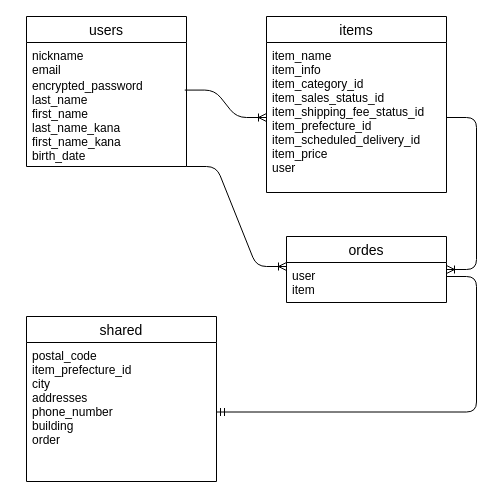
This is test.dio from koto31/furima-39301, a draw.io file, before an edit. Source tidied: cells renumbered, new cells numbered last; positions are measured from the earlier drawing's top-left corner, leaving out a move shared by most shapes. Both pictures are drawn from the tidied source at 100%, with x=0, y=0 at pixel (26, 16).
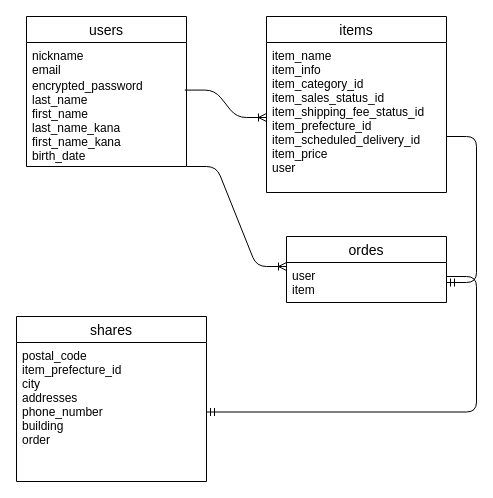
The same diagram, later.

Commit message (it also covers changes not shown here):
データベース設計修正3

Change to the diagram source:
```diff
@@
 <mxGraphModel>
   <root>
     <mxCell id="0" />
     <mxCell id="1" parent="0" />
     <mxCell id="2" value="users" style="swimlane;fontStyle=0;horizontal=1;startSize=26;align=center;fontSize=14;" parent="1" vertex="1">
       <mxGeometry width="160" height="150" as="geometry" />
     </mxCell>
     <mxCell id="3" value="nickname&#10;email&#10;" style="text;strokeColor=none;fillColor=none;spacingLeft=4;spacingRight=4;overflow=hidden;fontSize=12;" parent="2" vertex="1">
       <mxGeometry y="26" width="160" height="30" as="geometry" />
     </mxCell>
     <mxCell id="4" value="encrypted_password&#10;last_name&#10;first_name&#10;last_name_kana&#10;first_name_kana&#10;birth_date&#10;" style="text;strokeColor=none;fillColor=none;spacingLeft=4;spacingRight=4;overflow=hidden;points=[[0,0.5],[1,0.5]];portConstraint=eastwest;fontSize=12;" parent="2" vertex="1">
       <mxGeometry y="56" width="160" height="94" as="geometry" />
     </mxCell>
     <mxCell id="5" value="items" style="swimlane;fontStyle=0;horizontal=1;startSize=26;align=center;fontSize=14;" parent="1" vertex="1">
       <mxGeometry x="240" width="180" height="176" as="geometry" />
     </mxCell>
     <mxCell id="6" value="item_name&#10;item_info&#10;item_category_id&#10;item_sales_status_id&#10;item_shipping_fee_status_id&#10;item_prefecture_id&#10;item_scheduled_delivery_id&#10;item_price&#10;user" style="text;strokeColor=none;fillColor=none;spacingLeft=4;spacingRight=4;overflow=hidden;points=[[0,0.5],[1,0.5]];portConstraint=eastwest;fontSize=12;" parent="5" vertex="1">
       <mxGeometry y="26" width="180" height="150" as="geometry" />
     </mxCell>
     <mxCell id="7" value="ordes" style="swimlane;fontStyle=0;horizontal=1;startSize=26;align=center;fontSize=14;" parent="1" vertex="1">
       <mxGeometry x="260" y="220" width="160" height="66" as="geometry" />
     </mxCell>
     <mxCell id="8" value="user&#10;item" style="text;strokeColor=none;fillColor=none;spacingLeft=4;spacingRight=4;overflow=hidden;points=[[0,0.5],[1,0.5]];portConstraint=eastwest;fontSize=12;" parent="7" vertex="1">
       <mxGeometry y="26" width="160" height="40" as="geometry" />
     </mxCell>
     <mxCell id="9" style="edgeStyle=entityRelationEdgeStyle;fontSize=12;html=1;endArrow=ERoneToMany;" parent="1" edge="1">
       <mxGeometry relative="1" as="geometry">
         <mxPoint x="160" y="150" as="sourcePoint" />
         <mxPoint x="260" y="250" as="targetPoint" />
       </mxGeometry>
     </mxCell>
-    <mxCell id="10" value="shared" style="swimlane;fontStyle=0;horizontal=1;startSize=26;align=center;fontSize=14;" parent="1" vertex="1">
-      <mxGeometry y="300" width="190" height="165" as="geometry" />
+    <mxCell id="10" value="shares" style="swimlane;fontStyle=0;horizontal=1;startSize=26;align=center;fontSize=14;" parent="1" vertex="1">
+      <mxGeometry x="-10" y="300" width="190" height="165" as="geometry" />
     </mxCell>
     <mxCell id="11" value="postal_code&#10;item_prefecture_id&#10;city&#10;addresses&#10;phone_number&#10;building&#10;order" style="text;strokeColor=none;fillColor=none;spacingLeft=4;spacingRight=4;overflow=hidden;points=[[0,0.5],[1,0.5]];portConstraint=eastwest;fontSize=12;" parent="10" vertex="1">
       <mxGeometry y="26" width="190" height="139" as="geometry" />
     </mxCell>
     <mxCell id="12" style="edgeStyle=entityRelationEdgeStyle;fontSize=12;html=1;endArrow=ERoneToMany;exitX=0.989;exitY=0.187;exitDx=0;exitDy=0;exitPerimeter=0;" parent="1" edge="1" source="4" target="6">
       <mxGeometry relative="1" as="geometry" />
     </mxCell>
     <mxCell id="13" style="edgeStyle=entityRelationEdgeStyle;fontSize=12;html=1;endArrow=ERmandOne;entryX=1;entryY=0.5;entryDx=0;entryDy=0;" parent="1" edge="1" target="11">
       <mxGeometry relative="1" as="geometry">
         <mxPoint x="420" y="260" as="sourcePoint" />
       </mxGeometry>
     </mxCell>
-    <mxCell id="14" style="edgeStyle=entityRelationEdgeStyle;fontSize=12;html=1;endArrow=ERoneToMany;" parent="1" edge="1" source="6" target="7">
-      <mxGeometry relative="1" as="geometry" />
-    </mxCell>
+    <mxCell id="15" style="edgeStyle=entityRelationEdgeStyle;fontSize=12;html=1;endArrow=ERmandOne;" parent="1" edge="1" target="8">
+      <mxGeometry relative="1" as="geometry">
+        <mxPoint x="420" y="120" as="sourcePoint" />
+      </mxGeometry>
+    </mxCell>
   </root>
 </mxGraphModel>
```
